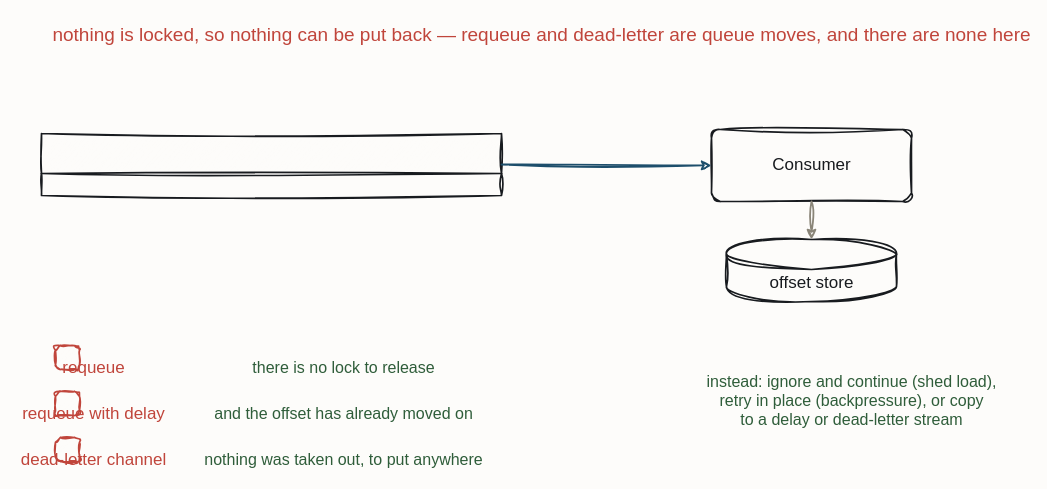
iancooper/practical-messaging keeps this draw.io diagram as resources/qs-stream-no-requeue.drawio. Above is the earlier version. Source tidied: cells renumbered, new cells numbered last; positions are measured from the earlier drawing's top-left corner, leaving out a move shared by most shapes. Both pictures are drawn from the tidied source at 100%, with x=0, y=0 at pixel (33, 17).
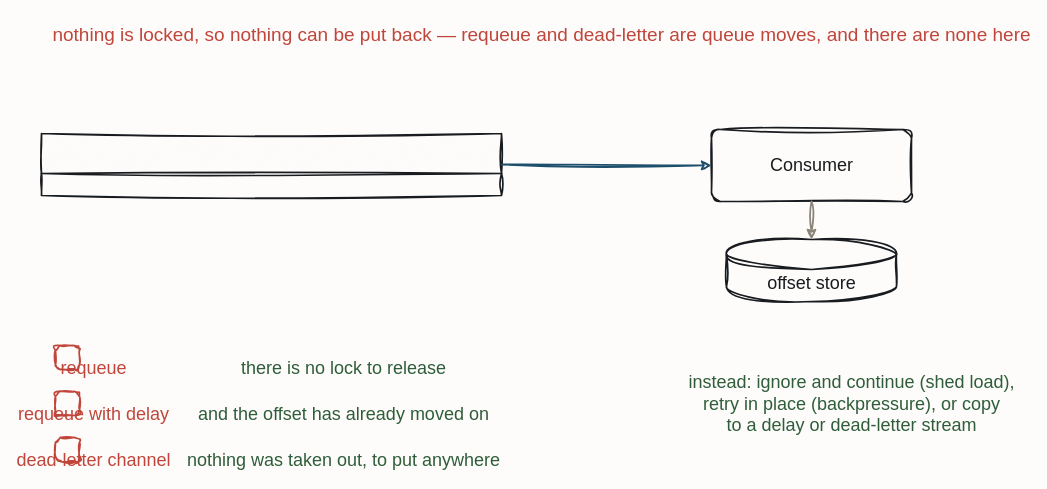
The same page after the edit.

Change to the diagram source:
```diff
@@
 <mxGraphModel background="#FDFCFA">
   <root>
     <mxCell id="0" />
     <mxCell id="1" parent="0" />
     <mxCell id="2" value="nothing is locked, so nothing can be put back — requeue and dead-letter are queue moves, and there are none here" style="text;html=1;align=center;fontFamily=Caveat;fontSize=19;fontColor=#C0453B;" parent="1" vertex="1">
       <mxGeometry x="448" width="120" height="20" as="geometry" />
     </mxCell>
     <mxCell id="3" style="sketch=1;hachureGap=4;jiggle=2;curveFitting=1;fontFamily=Caveat;html=1;shape=table;childLayout=tableLayout;verticalLabelPosition=bottom;verticalAlign=top;strokeColor=#181B1F;strokeWidth=1.7;fillColor=#FDFCFA;fontColor=#181B1F;fontSize=17;" parent="1" vertex="1">
       <mxGeometry x="8" y="116" width="460" height="62" as="geometry" />
     </mxCell>
-    <mxCell id="4" value="Consumer" style="sketch=1;hachureGap=4;jiggle=2;curveFitting=1;fontFamily=Caveat;html=1;rounded=1;arcSize=12;strokeColor=#181B1F;strokeWidth=1.7;fillColor=none;fontColor=#181B1F;fontSize=17;" parent="1" vertex="1">
+    <mxCell id="4" value="Consumer" style="sketch=1;hachureGap=4;jiggle=2;curveFitting=1;fontFamily=Caveat;html=1;rounded=1;arcSize=12;strokeColor=#181B1F;strokeWidth=1.7;fillColor=none;fontColor=#181B1F;fontSize=18;" parent="1" vertex="1">
       <mxGeometry x="678" y="112" width="200" height="72" as="geometry" />
     </mxCell>
-    <mxCell id="5" value="offset store" style="sketch=1;hachureGap=4;jiggle=2;curveFitting=1;fontFamily=Caveat;html=1;shape=cylinder3;boundedLbl=1;backgroundOutline=1;strokeColor=#181B1F;strokeWidth=1.7;fillColor=none;fontColor=#181B1F;fontSize=17;" parent="1" vertex="1">
+    <mxCell id="5" value="offset store" style="sketch=1;hachureGap=4;jiggle=2;curveFitting=1;fontFamily=Caveat;html=1;shape=cylinder3;boundedLbl=1;backgroundOutline=1;strokeColor=#181B1F;strokeWidth=1.7;fillColor=none;fontColor=#181B1F;fontSize=18;" parent="1" vertex="1">
       <mxGeometry x="693" y="222" width="170" height="62" as="geometry" />
     </mxCell>
     <mxCell id="6" style="sketch=1;hachureGap=4;jiggle=2;curveFitting=1;fontFamily=Caveat;html=1;rounded=1;arcSize=20;verticalLabelPosition=bottom;verticalAlign=top;strokeColor=#C0453B;strokeWidth=1.7;fillColor=#FDFCFA;fontColor=#C0453B;fontSize=12;" parent="1" vertex="1">
       <mxGeometry x="22" y="328" width="24" height="24" as="geometry" />
     </mxCell>
-    <mxCell id="7" value="requeue" style="text;html=1;align=center;fontFamily=Caveat;fontSize=17;fontColor=#C0453B;" parent="1" vertex="1">
+    <mxCell id="7" value="requeue" style="text;html=1;align=center;fontFamily=Caveat;fontSize=18;fontColor=#C0453B;" parent="1" vertex="1">
       <mxGeometry y="334" width="120" height="20" as="geometry" />
     </mxCell>
-    <mxCell id="8" value="there is no lock to release" style="text;html=1;align=center;fontFamily=Caveat;fontSize=16;fontColor=#2F5D3A;" parent="1" vertex="1">
+    <mxCell id="8" value="there is no lock to release" style="text;html=1;align=center;fontFamily=Caveat;fontSize=18;fontColor=#2F5D3A;" parent="1" vertex="1">
       <mxGeometry x="250" y="334" width="120" height="20" as="geometry" />
     </mxCell>
     <mxCell id="9" style="sketch=1;hachureGap=4;jiggle=2;curveFitting=1;fontFamily=Caveat;html=1;rounded=1;arcSize=20;verticalLabelPosition=bottom;verticalAlign=top;strokeColor=#C0453B;strokeWidth=1.7;fillColor=#FDFCFA;fontColor=#C0453B;fontSize=12;" parent="1" vertex="1">
       <mxGeometry x="22" y="374" width="24" height="24" as="geometry" />
     </mxCell>
-    <mxCell id="10" value="requeue with delay" style="text;html=1;align=center;fontFamily=Caveat;fontSize=17;fontColor=#C0453B;" parent="1" vertex="1">
+    <mxCell id="10" value="requeue with delay" style="text;html=1;align=center;fontFamily=Caveat;fontSize=18;fontColor=#C0453B;" parent="1" vertex="1">
       <mxGeometry y="380" width="120" height="20" as="geometry" />
     </mxCell>
-    <mxCell id="11" value="and the offset has already moved on" style="text;html=1;align=center;fontFamily=Caveat;fontSize=16;fontColor=#2F5D3A;" parent="1" vertex="1">
+    <mxCell id="11" value="and the offset has already moved on" style="text;html=1;align=center;fontFamily=Caveat;fontSize=18;fontColor=#2F5D3A;" parent="1" vertex="1">
       <mxGeometry x="250" y="380" width="120" height="20" as="geometry" />
     </mxCell>
     <mxCell id="12" style="sketch=1;hachureGap=4;jiggle=2;curveFitting=1;fontFamily=Caveat;html=1;rounded=1;arcSize=20;verticalLabelPosition=bottom;verticalAlign=top;strokeColor=#C0453B;strokeWidth=1.7;fillColor=#FDFCFA;fontColor=#C0453B;fontSize=12;" parent="1" vertex="1">
       <mxGeometry x="22" y="420" width="24" height="24" as="geometry" />
     </mxCell>
-    <mxCell id="13" value="dead-letter channel" style="text;html=1;align=center;fontFamily=Caveat;fontSize=17;fontColor=#C0453B;" parent="1" vertex="1">
+    <mxCell id="13" value="dead-letter channel" style="text;html=1;align=center;fontFamily=Caveat;fontSize=18;fontColor=#C0453B;" parent="1" vertex="1">
       <mxGeometry y="426" width="120" height="20" as="geometry" />
     </mxCell>
-    <mxCell id="14" value="nothing was taken out, to put anywhere" style="text;html=1;align=center;fontFamily=Caveat;fontSize=16;fontColor=#2F5D3A;" parent="1" vertex="1">
+    <mxCell id="14" value="nothing was taken out, to put anywhere" style="text;html=1;align=center;fontFamily=Caveat;fontSize=18;fontColor=#2F5D3A;" parent="1" vertex="1">
       <mxGeometry x="250" y="426" width="120" height="20" as="geometry" />
     </mxCell>
-    <mxCell id="15" value="instead: ignore and continue (shed load),&#10;retry in place (backpressure), or copy&#10;to a delay or dead-letter stream" style="text;html=1;align=center;fontFamily=Caveat;fontSize=16;fontColor=#2F5D3A;" parent="1" vertex="1">
+    <mxCell id="15" value="instead: ignore and continue (shed load),&#10;retry in place (backpressure), or copy&#10;to a delay or dead-letter stream" style="text;html=1;align=center;fontFamily=Caveat;fontSize=18;fontColor=#2F5D3A;" parent="1" vertex="1">
       <mxGeometry x="758" y="348" width="120" height="20" as="geometry" />
     </mxCell>
-    <mxCell id="16" style="sketch=1;jiggle=2;curveFitting=1;edgeStyle=none;rounded=0;strokeColor=#1D4E6B;strokeWidth=1.8;fontFamily=Caveat;fontSize=17;fontColor=#1D4E6B;html=1;exitX=1.0;exitY=0.5;exitDx=0;exitDy=0;entryX=0.0;entryY=0.5;entryDx=0;entryDy=0;" parent="1" edge="1" source="3" target="4">
+    <mxCell id="16" style="sketch=1;jiggle=2;curveFitting=1;edgeStyle=none;rounded=0;strokeColor=#1D4E6B;strokeWidth=1.8;fontFamily=Caveat;fontSize=18;fontColor=#1D4E6B;html=1;exitX=1.0;exitY=0.5;exitDx=0;exitDy=0;entryX=0.0;entryY=0.5;entryDx=0;entryDy=0;" parent="1" edge="1" source="3" target="4">
       <mxGeometry relative="1" as="geometry" />
     </mxCell>
-    <mxCell id="17" style="sketch=1;jiggle=2;curveFitting=1;edgeStyle=none;rounded=0;strokeColor=#8A8578;strokeWidth=1.8;fontFamily=Caveat;fontSize=17;fontColor=#2F5D3A;html=1;exitX=0.5;exitY=1.0;exitDx=0;exitDy=0;entryX=0.5;entryY=0.0;entryDx=0;entryDy=0;" parent="1" edge="1" source="4" target="5">
+    <mxCell id="17" style="sketch=1;jiggle=2;curveFitting=1;edgeStyle=none;rounded=0;strokeColor=#8A8578;strokeWidth=1.8;fontFamily=Caveat;fontSize=18;fontColor=#2F5D3A;html=1;exitX=0.5;exitY=1.0;exitDx=0;exitDy=0;entryX=0.5;entryY=0.0;entryDx=0;entryDy=0;" parent="1" edge="1" source="4" target="5">
       <mxGeometry relative="1" as="geometry" />
     </mxCell>
   </root>
 </mxGraphModel>
```
